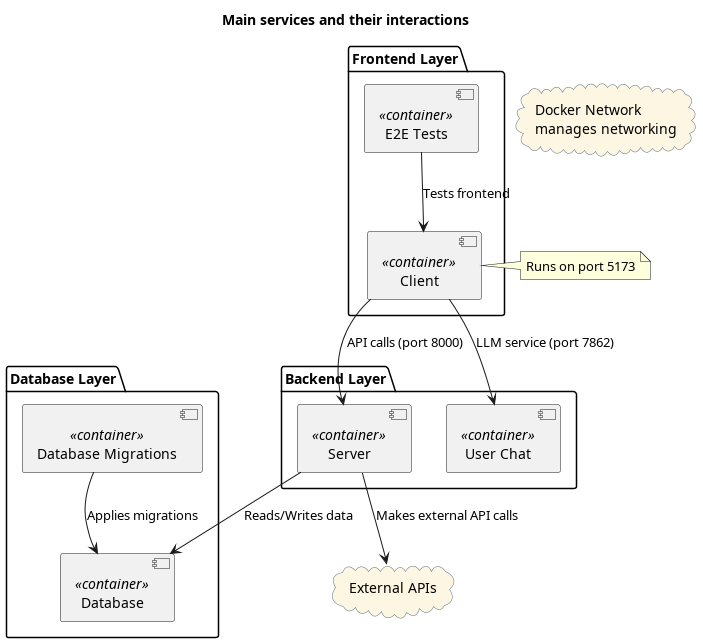
PaavoReinikka/dockerized-app keeps this PlantUML diagram as Documents/diagrams/images/services_diagram.png. Above is the earlier version.
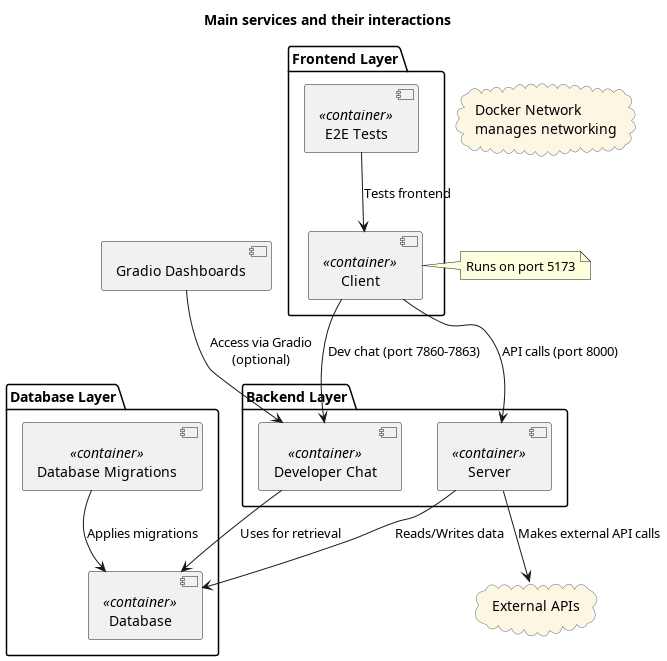
Above is the later version.

Change to the diagram source:
```diff
@@ -18,7 +18,7 @@
 
 package "Backend Layer" {
     [Server] <<container>>
-    [User Chat] <<container>>
+    [Developer Chat] <<container>>
 }
 
 package "Frontend Layer" {
@@ -31,9 +31,11 @@
 [Database Migrations] --> [Database] : Applies migrations
 [Server] --> [Database] : Reads/Writes data
 [Client] --> [Server] : API calls (port 8000)
-[Client] --> [User Chat] : LLM service (port 7862)
+[Client] --> [Developer Chat] : Dev chat (port 7860-7863)
+[Gradio Dashboards] --> [Developer Chat] : Access via Gradio\n(optional)
 [E2E Tests] --> [Client] : Tests frontend
 [Server] --> ExternalAPIs : Makes external API calls
+[Developer Chat] --> [Database] : Uses for retrieval
 
 note right of Client
 Runs on port 5173
```
